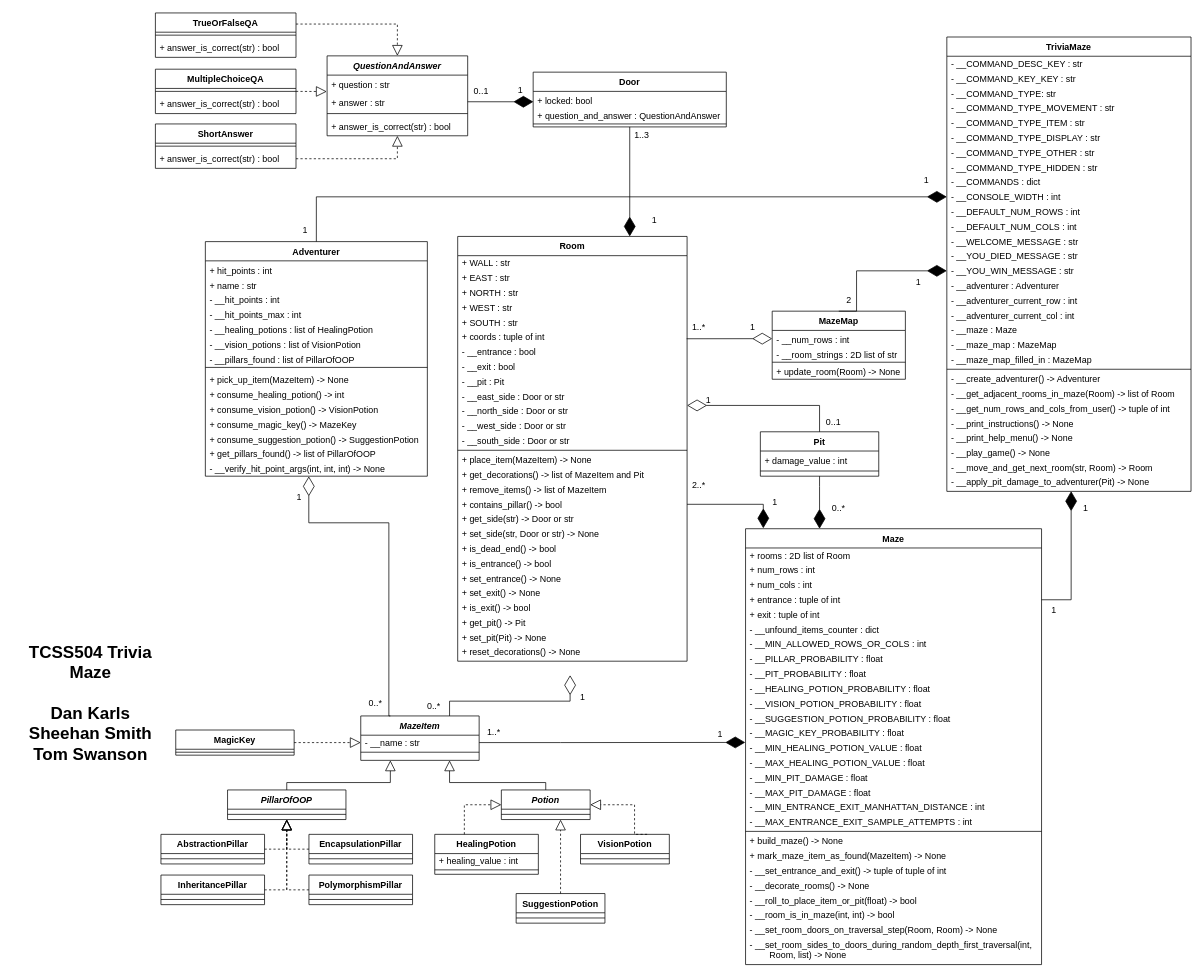
The draw.io diagram doc/UML.drawio in dskarls/TCSS504-Trivia-Maze, before the edit. Source tidied: cells renumbered, new cells numbered last; positions are measured from the earlier drawing's top-left corner, leaving out a move shared by most shapes. Both pictures are drawn from the tidied source at 74%, with x=0, y=0 at pixel (13, 13).
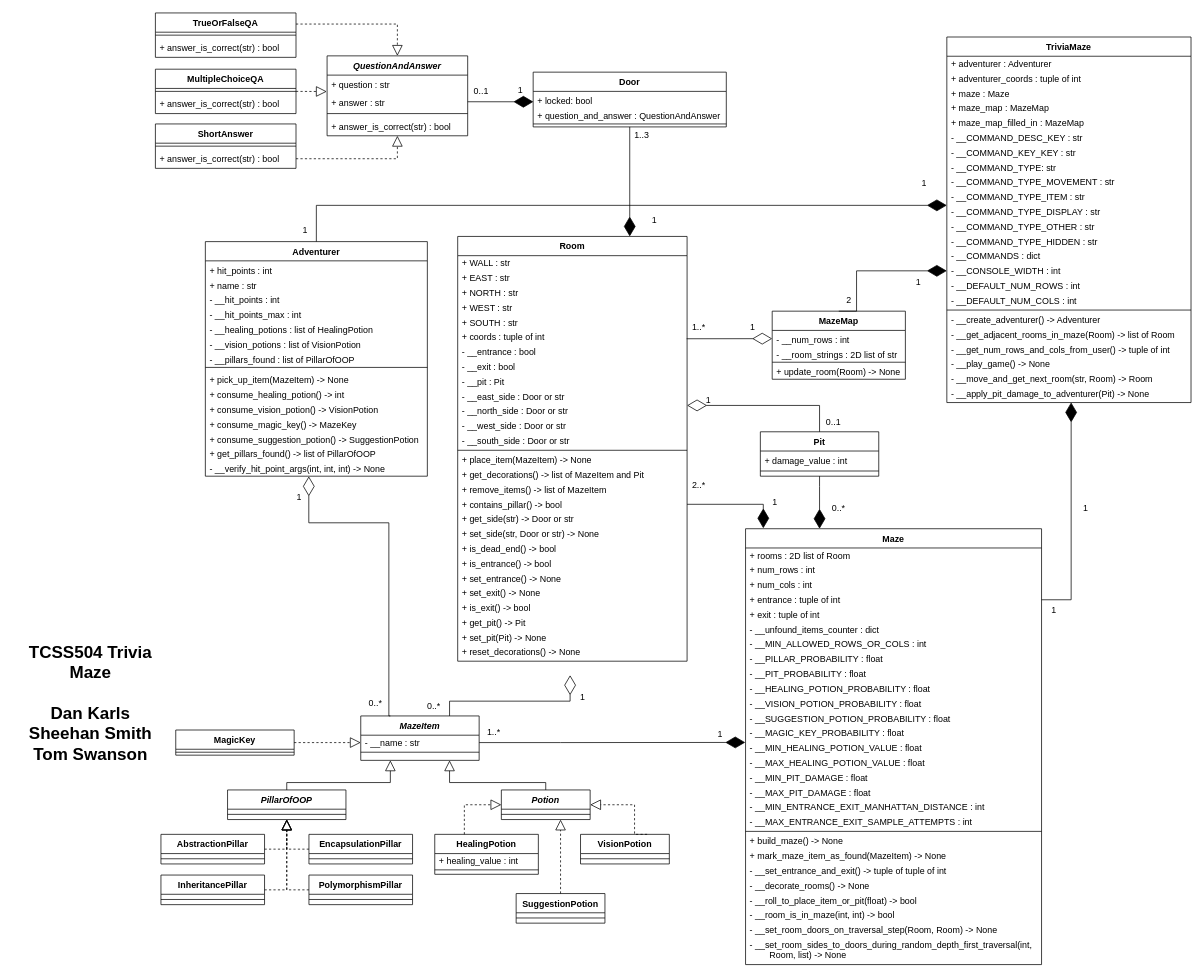
The same diagram, later.

Commit message:
DOC: Update UML in anticipation of MVC

Revisions to TriviaMaze class:
  - Make `adventurer` attr public

  - Replace `__adventurer_current_row` and `__adventurer_current_col` with public attr `adventurer_coords`

  - Make `maze` attr public

  - Make `maze_map` and `maze_map_filled_in` attrs public

  - Remove `__WELCOME_MESSAGE`, `__YOU_WON_METHOD`, and `__YOU_DIED_MESSAGE` attrs

  - Remove `__print_help_menu()` method

  - Remove `__print_instructions()` method

Unchanged cells that the change refers to:
```xml
<mxCell id="91" value="Adventurer" style="swimlane;fontStyle=1;align=center;verticalAlign=top;horizontal=1;startSize=26;fontFamily=Helvetica;fontSize=12;" parent="1" vertex="1">
  <mxGeometry x="260" y="309" width="300" height="317" as="geometry" />
</mxCell>
<mxCell id="113" value="MazeMap" style="swimlane;fontStyle=1;align=center;verticalAlign=top;horizontal=1;startSize=26;fontFamily=Helvetica;fontSize=12;" parent="1" vertex="1">
  <mxGeometry x="1026" y="403" width="180" height="92" as="geometry" />
</mxCell>
```

What changed in the source:
```diff
@@
     <mxCell id="119" value="TriviaMaze" style="swimlane;fontStyle=1;align=center;verticalAlign=top;horizontal=1;startSize=26;" parent="1" vertex="1">
-      <mxGeometry x="1262" y="32.5" width="330" height="614" as="geometry" />
+      <mxGeometry x="1262" y="32.5" width="330" height="494" as="geometry" />
     </mxCell>
+    <mxCell id="135" value="+ adventurer : Adventurer" style="text;strokeColor=none;fillColor=none;align=left;verticalAlign=middle;spacingLeft=4;spacingRight=4;overflow=hidden;" parent="119" vertex="1">
+      <mxGeometry y="26" width="330" height="20" as="geometry" />
+    </mxCell>
+    <mxCell id="136" value="+ adventurer_coords : tuple of int" style="text;strokeColor=none;fillColor=none;align=left;verticalAlign=middle;spacingLeft=4;spacingRight=4;overflow=hidden;" parent="119" vertex="1">
+      <mxGeometry y="46" width="330" height="20" as="geometry" />
+    </mxCell>
+    <mxCell id="138" value="+ maze : Maze" style="text;strokeColor=none;fillColor=none;align=left;verticalAlign=middle;spacingLeft=4;spacingRight=4;overflow=hidden;" parent="119" vertex="1">
+      <mxGeometry y="66" width="330" height="20" as="geometry" />
+    </mxCell>
+    <mxCell id="139" value="+ maze_map : MazeMap" style="text;strokeColor=none;fillColor=none;align=left;verticalAlign=middle;spacingLeft=4;spacingRight=4;overflow=hidden;" parent="119" vertex="1">
+      <mxGeometry y="86" width="330" height="20" as="geometry" />
+    </mxCell>
+    <mxCell id="140" value="+ maze_map_filled_in : MazeMap" style="text;strokeColor=none;fillColor=none;align=left;verticalAlign=middle;spacingLeft=4;spacingRight=4;overflow=hidden;" parent="119" vertex="1">
+      <mxGeometry y="106" width="330" height="20" as="geometry" />
+    </mxCell>
     <mxCell id="120" value="- __COMMAND_DESC_KEY : str" style="text;strokeColor=none;fillColor=none;align=left;verticalAlign=middle;spacingLeft=4;spacingRight=4;overflow=hidden;fontSize=12;spacing=2;" parent="119" vertex="1">
-      <mxGeometry y="26" width="330" height="20" as="geometry" />
+      <mxGeometry y="126" width="330" height="20" as="geometry" />
     </mxCell>
     <mxCell id="121" value="- __COMMAND_KEY_KEY : str" style="text;strokeColor=none;fillColor=none;align=left;verticalAlign=middle;spacingLeft=4;spacingRight=4;overflow=hidden;spacing=2;" parent="119" vertex="1">
-      <mxGeometry y="46" width="330" height="20" as="geometry" />
+      <mxGeometry y="146" width="330" height="20" as="geometry" />
     </mxCell>
     <mxCell id="122" value="- __COMMAND_TYPE: str" style="text;strokeColor=none;fillColor=none;align=left;verticalAlign=middle;spacingLeft=4;spacingRight=4;overflow=hidden;spacing=2;" parent="119" vertex="1">
-      <mxGeometry y="66" width="330" height="20" as="geometry" />
+      <mxGeometry y="166" width="330" height="20" as="geometry" />
     </mxCell>
     <mxCell id="123" value="- __COMMAND_TYPE_MOVEMENT : str" style="text;strokeColor=none;fillColor=none;align=left;verticalAlign=middle;spacingLeft=4;spacingRight=4;overflow=hidden;spacing=2;" parent="119" vertex="1">
-      <mxGeometry y="86" width="330" height="20" as="geometry" />
+      <mxGeometry y="186" width="330" height="20" as="geometry" />
     </mxCell>
     <mxCell id="124" value="- __COMMAND_TYPE_ITEM : str" style="text;strokeColor=none;fillColor=none;align=left;verticalAlign=middle;spacingLeft=4;spacingRight=4;overflow=hidden;spacing=2;" parent="119" vertex="1">
-      <mxGeometry y="106" width="330" height="20" as="geometry" />
+      <mxGeometry y="206" width="330" height="20" as="geometry" />
     </mxCell>
     <mxCell id="125" value="- __COMMAND_TYPE_DISPLAY : str" style="text;strokeColor=none;fillColor=none;align=left;verticalAlign=middle;spacingLeft=4;spacingRight=4;overflow=hidden;spacing=2;" parent="119" vertex="1">
-      <mxGeometry y="126" width="330" height="20" as="geometry" />
+      <mxGeometry y="226" width="330" height="20" as="geometry" />
     </mxCell>
     <mxCell id="126" value="- __COMMAND_TYPE_OTHER : str" style="text;strokeColor=none;fillColor=none;align=left;verticalAlign=middle;spacingLeft=4;spacingRight=4;overflow=hidden;spacing=2;" parent="119" vertex="1">
-      <mxGeometry y="146" width="330" height="20" as="geometry" />
+      <mxGeometry y="246" width="330" height="20" as="geometry" />
     </mxCell>
     <mxCell id="127" value="- __COMMAND_TYPE_HIDDEN : str" style="text;strokeColor=none;fillColor=none;align=left;verticalAlign=middle;spacingLeft=4;spacingRight=4;overflow=hidden;spacing=2;" parent="119" vertex="1">
-      <mxGeometry y="166" width="330" height="20" as="geometry" />
+      <mxGeometry y="266" width="330" height="20" as="geometry" />
     </mxCell>
     <mxCell id="128" value="- __COMMANDS : dict" style="text;strokeColor=none;fillColor=none;align=left;verticalAlign=middle;spacingLeft=4;spacingRight=4;overflow=hidden;spacing=2;" parent="119" vertex="1">
-      <mxGeometry y="186" width="330" height="20" as="geometry" />
+      <mxGeometry y="286" width="330" height="20" as="geometry" />
     </mxCell>
     <mxCell id="129" value="- __CONSOLE_WIDTH : int" style="text;strokeColor=none;fillColor=none;align=left;verticalAlign=middle;spacingLeft=4;spacingRight=4;overflow=hidden;points=[[0,0.5],[1,0.5]];portConstraint=eastwest;spacing=2;" parent="119" vertex="1">
-      <mxGeometry y="206" width="330" height="20" as="geometry" />
+      <mxGeometry y="306" width="330" height="20" as="geometry" />
     </mxCell>
     <mxCell id="130" value="- __DEFAULT_NUM_ROWS : int" style="text;strokeColor=none;fillColor=none;align=left;verticalAlign=middle;spacingLeft=4;spacingRight=4;overflow=hidden;spacing=2;" parent="119" vertex="1">
-      <mxGeometry y="226" width="330" height="20" as="geometry" />
+      <mxGeometry y="326" width="330" height="20" as="geometry" />
     </mxCell>
     <mxCell id="131" value="- __DEFAULT_NUM_COLS : int" style="text;strokeColor=none;fillColor=none;align=left;verticalAlign=middle;spacingLeft=4;spacingRight=4;overflow=hidden;spacing=2;" parent="119" vertex="1">
-      <mxGeometry y="246" width="330" height="20" as="geometry" />
+      <mxGeometry y="346" width="330" height="20" as="geometry" />
     </mxCell>
-    <mxCell id="132" value="- __WELCOME_MESSAGE : str" style="text;strokeColor=none;fillColor=none;align=left;verticalAlign=middle;spacingLeft=4;spacingRight=4;overflow=hidden;spacing=2;" parent="119" vertex="1">
-      <mxGeometry y="266" width="330" height="20" as="geometry" />
-    </mxCell>
-    <mxCell id="133" value="- __YOU_DIED_MESSAGE : str" style="text;strokeColor=none;fillColor=none;align=left;verticalAlign=middle;spacingLeft=4;spacingRight=4;overflow=hidden;spacing=2;" parent="119" vertex="1">
-      <mxGeometry y="286" width="330" height="20" as="geometry" />
-    </mxCell>
-    <mxCell id="134" value="- __YOU_WIN_MESSAGE : str" style="text;strokeColor=none;fillColor=none;align=left;verticalAlign=middle;spacingLeft=4;spacingRight=4;overflow=hidden;points=[[0,0.5],[1,0.5]];portConstraint=eastwest;spacing=2;" parent="119" vertex="1">
-      <mxGeometry y="306" width="330" height="20" as="geometry" />
-    </mxCell>
-    <mxCell id="135" value="- __adventurer : Adventurer" style="text;strokeColor=none;fillColor=none;align=left;verticalAlign=middle;spacingLeft=4;spacingRight=4;overflow=hidden;" parent="119" vertex="1">
-      <mxGeometry y="326" width="330" height="20" as="geometry" />
-    </mxCell>
-    <mxCell id="136" value="- __adventurer_current_row : int" style="text;strokeColor=none;fillColor=none;align=left;verticalAlign=middle;spacingLeft=4;spacingRight=4;overflow=hidden;" parent="119" vertex="1">
-      <mxGeometry y="346" width="330" height="20" as="geometry" />
-    </mxCell>
-    <mxCell id="137" value="- __adventurer_current_col : int" style="text;strokeColor=none;fillColor=none;align=left;verticalAlign=middle;spacingLeft=4;spacingRight=4;overflow=hidden;" parent="119" vertex="1">
-      <mxGeometry y="366" width="330" height="20" as="geometry" />
-    </mxCell>
-    <mxCell id="138" value="- __maze : Maze" style="text;strokeColor=none;fillColor=none;align=left;verticalAlign=middle;spacingLeft=4;spacingRight=4;overflow=hidden;" parent="119" vertex="1">
-      <mxGeometry y="386" width="330" height="20" as="geometry" />
-    </mxCell>
-    <mxCell id="139" value="- __maze_map : MazeMap" style="text;strokeColor=none;fillColor=none;align=left;verticalAlign=middle;spacingLeft=4;spacingRight=4;overflow=hidden;" parent="119" vertex="1">
-      <mxGeometry y="406" width="330" height="20" as="geometry" />
-    </mxCell>
-    <mxCell id="140" value="- __maze_map_filled_in : MazeMap" style="text;strokeColor=none;fillColor=none;align=left;verticalAlign=middle;spacingLeft=4;spacingRight=4;overflow=hidden;" parent="119" vertex="1">
-      <mxGeometry y="426" width="330" height="20" as="geometry" />
-    </mxCell>
     <mxCell id="141" style="line;strokeWidth=1;fillColor=none;align=left;verticalAlign=middle;spacingTop=2;spacingLeft=3;spacingRight=3;labelPosition=right;strokeColor=inherit;fontSize=12;spacing=0;" parent="119" vertex="1">
-      <mxGeometry y="446" width="330" height="6" as="geometry" />
+      <mxGeometry y="366" width="330" height="6" as="geometry" />
     </mxCell>
     <mxCell id="142" value="- __create_adventurer() -&gt; Adventurer" style="text;strokeColor=none;fillColor=none;align=left;verticalAlign=middle;spacingLeft=4;spacingRight=4;overflow=hidden;" parent="119" vertex="1">
-      <mxGeometry y="452" width="330" height="20" as="geometry" />
+      <mxGeometry y="372" width="330" height="20" as="geometry" />
     </mxCell>
     <mxCell id="143" value="- __get_adjacent_rooms_in_maze(Room) -&gt; list of Room" style="text;strokeColor=none;fillColor=none;align=left;verticalAlign=middle;spacingLeft=4;spacingRight=4;overflow=hidden;" parent="119" vertex="1">
-      <mxGeometry y="472" width="330" height="20" as="geometry" />
+      <mxGeometry y="392" width="330" height="20" as="geometry" />
     </mxCell>
     <mxCell id="144" value="- __get_num_rows_and_cols_from_user() -&gt; tuple of int" style="text;strokeColor=none;fillColor=none;align=left;verticalAlign=middle;spacingLeft=4;spacingRight=4;overflow=hidden;" parent="119" vertex="1">
-      <mxGeometry y="492" width="330" height="20" as="geometry" />
+      <mxGeometry y="412" width="330" height="20" as="geometry" />
     </mxCell>
-    <mxCell id="145" value="- __print_instructions() -&gt; None" style="text;strokeColor=none;fillColor=none;align=left;verticalAlign=middle;spacingLeft=4;spacingRight=4;overflow=hidden;" parent="119" vertex="1">
-      <mxGeometry y="512" width="330" height="20" as="geometry" />
-    </mxCell>
-    <mxCell id="146" value="- __print_help_menu() -&gt; None" style="text;strokeColor=none;fillColor=none;align=left;verticalAlign=middle;spacingLeft=4;spacingRight=4;overflow=hidden;" parent="119" vertex="1">
-      <mxGeometry y="532" width="330" height="20" as="geometry" />
-    </mxCell>
     <mxCell id="147" value="- __play_game() -&gt; None" style="text;strokeColor=none;fillColor=none;align=left;verticalAlign=middle;spacingLeft=4;spacingRight=4;overflow=hidden;" parent="119" vertex="1">
-      <mxGeometry y="552" width="330" height="20" as="geometry" />
+      <mxGeometry y="432" width="330" height="20" as="geometry" />
     </mxCell>
     <mxCell id="148" value="- __move_and_get_next_room(str, Room) -&gt; Room" style="text;strokeColor=none;fillColor=none;align=left;verticalAlign=middle;spacingLeft=4;spacingRight=4;overflow=hidden;" parent="119" vertex="1">
-      <mxGeometry y="572" width="330" height="20" as="geometry" />
+      <mxGeometry y="452" width="330" height="20" as="geometry" />
     </mxCell>
     <mxCell id="149" value="- __apply_pit_damage_to_adventurer(Pit) -&gt; None" style="text;strokeColor=none;fillColor=none;align=left;verticalAlign=middle;spacingLeft=4;spacingRight=4;overflow=hidden;points=[[0,0.5],[1,0.5]];portConstraint=eastwest;spacingBottom=3;" parent="119" vertex="1">
-      <mxGeometry y="592" width="330" height="22" as="geometry" />
+      <mxGeometry y="472" width="330" height="22" as="geometry" />
     </mxCell>
-    <mxCell id="150" style="endArrow=diamondThin;endFill=1;endSize=24;html=1;rounded=0;fontFamily=Courier New;fontSize=12;targetPerimeterSpacing=0;edgeStyle=elbowEdgeStyle;exitX=0.5;exitY=0;exitDx=0;exitDy=0;entryX=0;entryY=0.5;entryDx=0;entryDy=0;" parent="1" edge="1" source="113" target="134">
+    <mxCell id="150" style="endArrow=diamondThin;endFill=1;endSize=24;html=1;rounded=0;fontFamily=Courier New;fontSize=12;targetPerimeterSpacing=0;edgeStyle=elbowEdgeStyle;exitX=0.5;exitY=0;exitDx=0;exitDy=0;entryX=0;entryY=0.5;entryDx=0;entryDy=0;" parent="1" edge="1" source="113" target="129">
       <mxGeometry relative="1" as="geometry">
         <Array as="points">
           <mxPoint x="1140" y="370" />
         </Array>
       </mxGeometry>
     </mxCell>
@@
     <mxCell id="201" style="group;" parent="1" vertex="1">
-      <mxGeometry x="385" y="191" width="865" height="70" as="geometry" />
+      <mxGeometry x="382" y="195" width="865" height="70" as="geometry" />
     </mxCell>
@@
-    <mxCell id="205" style="endArrow=diamondThin;endFill=1;endSize=24;html=1;rounded=0;fontFamily=Courier New;fontSize=12;targetPerimeterSpacing=0;edgeStyle=elbowEdgeStyle;exitX=0.5;exitY=0;exitDx=0;exitDy=0;entryX=0;entryY=0.5;entryDx=0;entryDy=0;" parent="1" edge="1" source="91" target="129">
+    <mxCell id="205" style="endArrow=diamondThin;endFill=1;endSize=24;html=1;rounded=0;fontFamily=Courier New;fontSize=12;targetPerimeterSpacing=0;edgeStyle=elbowEdgeStyle;exitX=0.5;exitY=0;exitDx=0;exitDy=0;" parent="1" edge="1" source="91">
       <mxGeometry relative="1" as="geometry">
+        <mxPoint x="1262" y="260" as="targetPoint" />
         <Array as="points">
           <mxPoint x="410" y="260" />
           <mxPoint x="320" y="78.7" />
         </Array>
       </mxGeometry>
     </mxCell>
```
